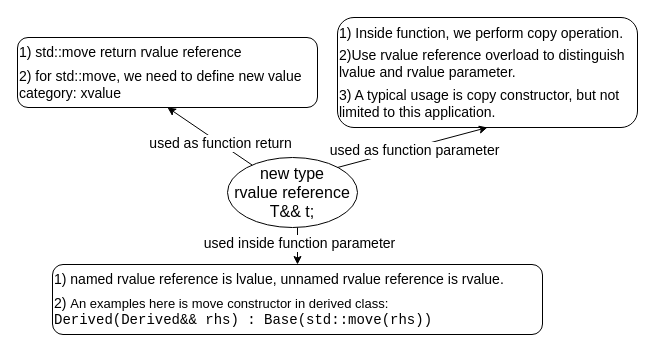
zhaoyan/dev_doc keeps this draw.io diagram as cpp/pics/rvalue.drawio. Above is the earlier version. Source tidied: cells renumbered, new cells numbered last; positions are measured from the earlier drawing's top-left corner, leaving out a move shared by most shapes. Both pictures are drawn from the tidied source at 100%, with x=0, y=0 at pixel (17, 17).
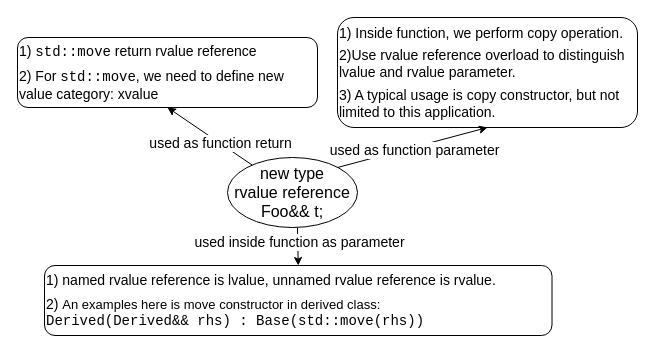
Above is the later version.

What changed in the source:
```diff
@@
 <mxGraphModel>
   <root>
     <mxCell id="0" />
     <mxCell id="1" parent="0" />
-    <mxCell id="2" value="&lt;div&gt;new type&lt;/div&gt;rvalue reference&lt;div&gt;T&amp;amp;&amp;amp; t;&lt;/div&gt;" style="ellipse;whiteSpace=wrap;html=1;fontSize=16;" parent="1" vertex="1">
+    <mxCell id="2" value="&lt;div&gt;new type&lt;/div&gt;rvalue reference&lt;div&gt;Foo&amp;amp;&amp;amp; t;&lt;/div&gt;" style="ellipse;whiteSpace=wrap;html=1;fontSize=16;" parent="1" vertex="1">
       <mxGeometry x="210" y="140" width="130" height="70" as="geometry" />
     </mxCell>
     <mxCell id="3" value="1) Inside function, we perform copy operation.&lt;div style=&quot;font-size: 5px;&quot;&gt;&lt;br&gt;&lt;div style=&quot;&quot;&gt;&lt;div style=&quot;font-size: 14px;&quot;&gt;2)Use rvalue reference overload to distinguish lvalue and rvalue parameter.&lt;/div&gt;&lt;div style=&quot;&quot;&gt;&lt;br&gt;&lt;/div&gt;&lt;div style=&quot;font-size: 14px;&quot;&gt;3) A typical usage is copy constructor, but not limited to this application.&lt;/div&gt;&lt;/div&gt;&lt;/div&gt;" style="rounded=1;whiteSpace=wrap;html=1;align=left;fontSize=14;" parent="1" vertex="1">
       <mxGeometry x="320" width="300" height="110" as="geometry" />
     </mxCell>
     <mxCell id="4" style="endArrow=classic;html=1;rounded=0;entryX=0.5;entryY=1;entryDx=0;entryDy=0;" parent="1" edge="1" target="3">
       <mxGeometry relative="1" as="geometry">
         <mxPoint x="320" y="150" as="sourcePoint" />
       </mxGeometry>
     </mxCell>
     <mxCell id="5" value="used as function parameter" style="edgeLabel;html=1;align=center;verticalAlign=middle;fontSize=14;" parent="4" vertex="1">
       <mxGeometry y="-3" relative="1" as="geometry" />
     </mxCell>
-    <mxCell id="6" value="1) std::move return rvalue reference&lt;div style=&quot;font-size: 6px;&quot;&gt;&lt;br&gt;&lt;div style=&quot;font-size: 14px;&quot;&gt;2) for std::move, we need to define new value category: xvalue&lt;/div&gt;&lt;/div&gt;" style="rounded=1;whiteSpace=wrap;html=1;align=left;fontSize=14;" parent="1" vertex="1">
+    <mxCell id="6" value="1) &lt;font face=&quot;Courier New&quot;&gt;std::move&lt;/font&gt; return rvalue reference&lt;div style=&quot;font-size: 6px;&quot;&gt;&lt;br&gt;&lt;div style=&quot;font-size: 14px;&quot;&gt;2) For &lt;font face=&quot;Courier New&quot;&gt;std::move&lt;/font&gt;, we need to define new value category: xvalue&lt;/div&gt;&lt;/div&gt;" style="rounded=1;whiteSpace=wrap;html=1;align=left;fontSize=14;" parent="1" vertex="1">
       <mxGeometry y="20" width="300" height="70" as="geometry" />
     </mxCell>
     <mxCell id="7" style="endArrow=classic;html=1;rounded=0;entryX=0.5;entryY=1;entryDx=0;entryDy=0;" parent="1" edge="1" source="2" target="6">
       <mxGeometry relative="1" as="geometry" />
     </mxCell>
     <mxCell id="8" value="used as function return&amp;nbsp;" style="edgeLabel;html=1;align=center;verticalAlign=middle;fontSize=14;" parent="7" vertex="1">
       <mxGeometry x="-0.28" y="-1" relative="1" as="geometry" />
     </mxCell>
     <mxCell id="9" value="&lt;div&gt;&lt;br&gt;&lt;/div&gt;&lt;div&gt;1) named rvalue reference is lvalue, unnamed rvalue reference is rvalue.&lt;div style=&quot;font-size: 6px;&quot;&gt;&lt;br&gt;&lt;div style=&quot;font-size: 14px;&quot;&gt;2)&amp;nbsp;&lt;span style=&quot;background-color: initial; font-size: 13px;&quot;&gt;An examples here is move constructor in derived class:&lt;/span&gt;&lt;/div&gt;&lt;div style=&quot;font-size: 13px;&quot;&gt;&lt;font style=&quot;font-size: 14px;&quot; face=&quot;Courier New&quot;&gt;Derived(Derived&amp;amp;&amp;amp; rhs) : Base(std::move(rhs))&lt;/font&gt;&lt;/div&gt;&lt;/div&gt;&lt;/div&gt;&lt;div&gt;&lt;br&gt;&lt;/div&gt;" style="rounded=1;whiteSpace=wrap;html=1;fontSize=14;align=left;" parent="1" vertex="1">
-      <mxGeometry x="35" y="247" width="490" height="70" as="geometry" />
+      <mxGeometry x="27" y="248" width="507.5" height="70" as="geometry" />
     </mxCell>
     <mxCell id="10" style="endArrow=classic;html=1;rounded=0;entryX=0.5;entryY=0;entryDx=0;entryDy=0;" parent="1" edge="1" target="9">
       <mxGeometry relative="1" as="geometry">
         <mxPoint x="280" y="210" as="sourcePoint" />
       </mxGeometry>
     </mxCell>
-    <mxCell id="11" value="used inside function parameter" style="edgeLabel;html=1;align=center;verticalAlign=middle;fontSize=14;" parent="10" vertex="1">
+    <mxCell id="11" value="used inside function as parameter" style="edgeLabel;html=1;align=center;verticalAlign=middle;fontSize=14;" parent="10" vertex="1">
       <mxGeometry x="-0.2" y="1" relative="1" as="geometry" />
     </mxCell>
   </root>
 </mxGraphModel>
```
